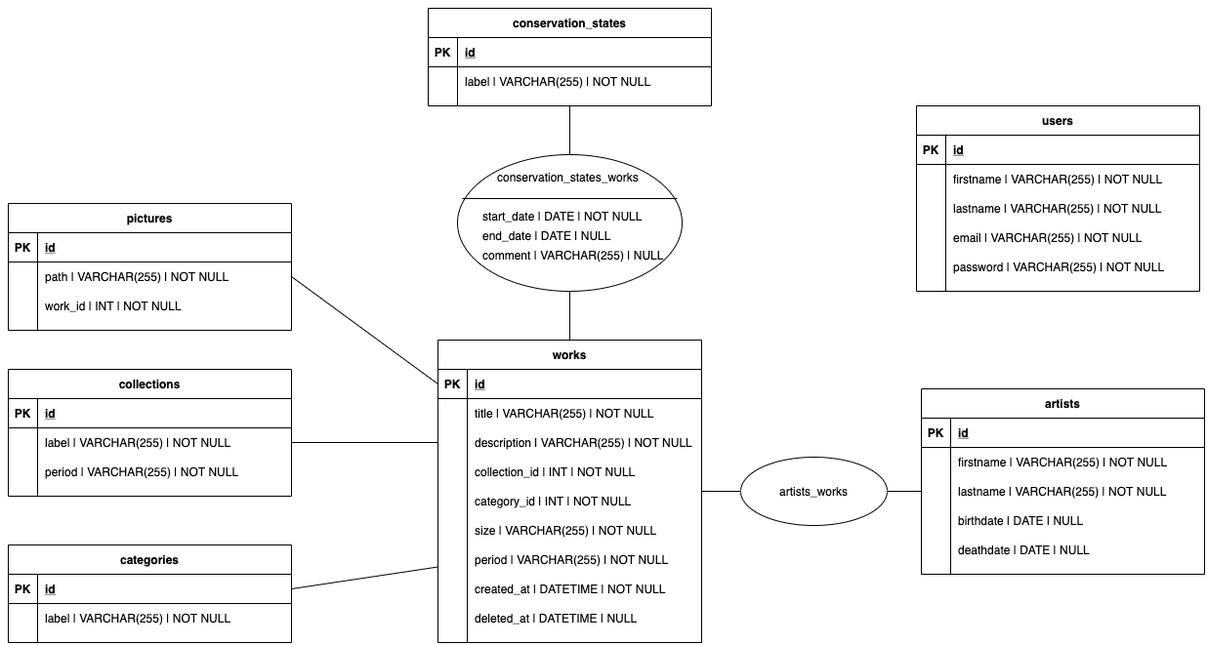
This is docs/mcd.png from pac421/G4-Museo, a draw.io export, as it was before one commit. Source tidied: cells renumbered, new cells last; positions are measured from the earlier drawing's top-left corner, leaving out a move shared by most shapes.
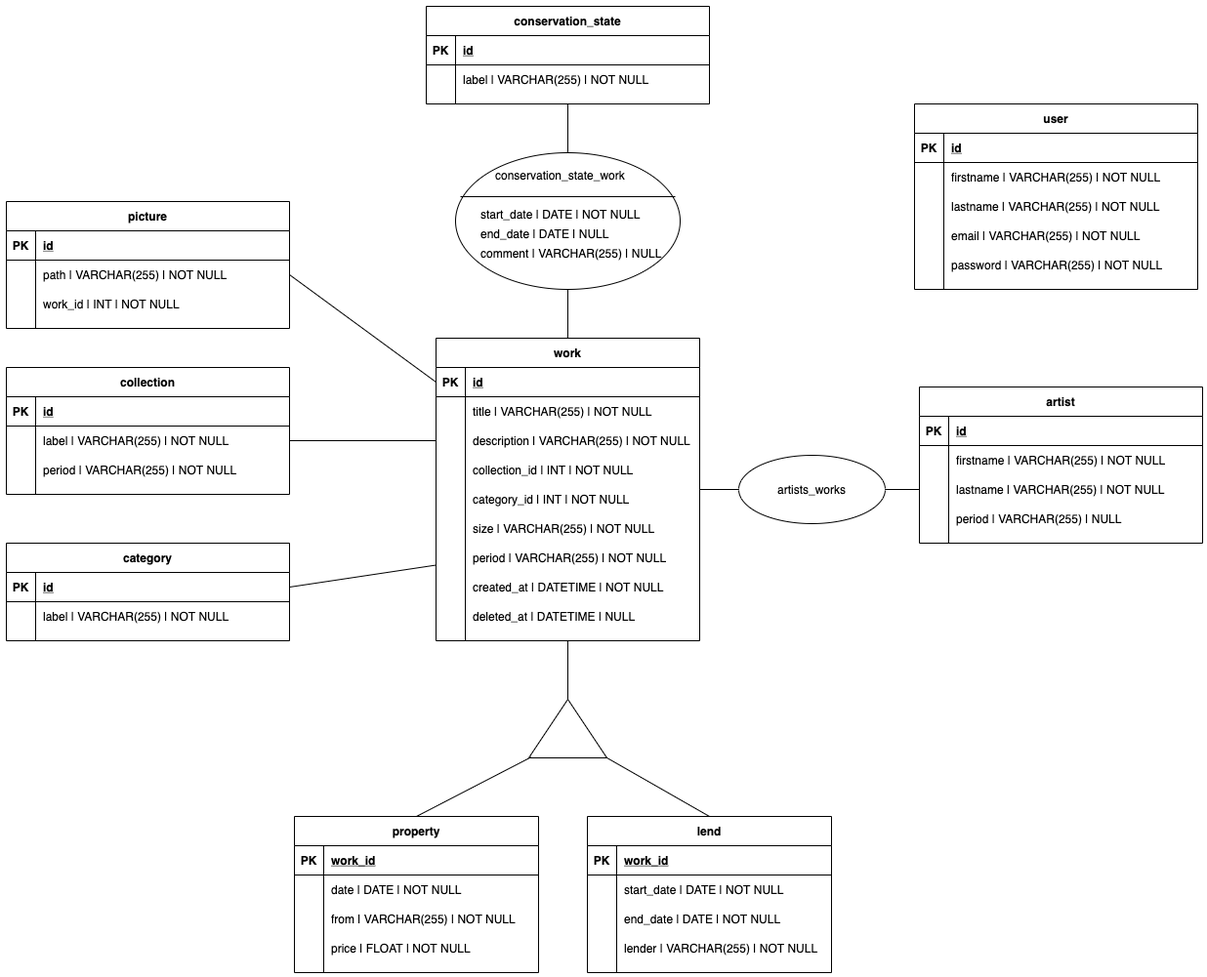
Above is the later version.

Commit message:
changement mcd

Diff of the diagram source:
```diff
@@ -2,7 +2,7 @@
   <root>
     <mxCell id="0" />
     <mxCell id="1" parent="0" />
-    <mxCell id="2" value="works" style="shape=table;startSize=30;rowLines=0;fontStyle=1;align=center;" parent="1" vertex="1">
+    <mxCell id="2" value="work" style="shape=table;startSize=30;rowLines=0;fontStyle=1;align=center;" parent="1" vertex="1">
       <mxGeometry x="440" y="340" width="270" height="310" as="geometry" />
     </mxCell>
     <mxCell id="3" style="shape=partialRectangle;fillColor=none;top=0;left=0;bottom=1;right=0;points=[[0,0.5],[1,0.5]];portConstraint=eastwest;" parent="2" vertex="1">
@@ -44,8 +44,8 @@
     <mxCell id="15" value="size | VARCHAR(255) | NOT NULL" style="shape=partialRectangle;fillColor=none;top=0;left=0;bottom=0;right=0;align=left;spacingLeft=6;overflow=hidden;" parent="1" vertex="1">
       <mxGeometry x="470" y="520" width="210" height="30" as="geometry" />
     </mxCell>
-    <mxCell id="16" value="artists" style="shape=table;startSize=30;rowLines=0;fontStyle=1;align=center;" parent="1" vertex="1">
-      <mxGeometry x="935" y="390" width="290" height="190" as="geometry" />
+    <mxCell id="16" value="artist" style="shape=table;startSize=30;rowLines=0;fontStyle=1;align=center;" parent="1" vertex="1">
+      <mxGeometry x="935" y="390" width="290" height="160" as="geometry" />
     </mxCell>
     <mxCell id="17" style="shape=partialRectangle;fillColor=none;top=0;left=0;bottom=1;right=0;" parent="16" vertex="1">
       <mxGeometry y="30" width="290" height="30" as="geometry" />
@@ -80,12 +80,9 @@
     <mxCell id="27" style="shape=partialRectangle;fillColor=none;top=0;left=0;bottom=0;right=0;overflow=hidden;" parent="26" vertex="1">
       <mxGeometry width="30" height="30" as="geometry" />
     </mxCell>
-    <mxCell id="28" value="birthdate | DATE | NULL" style="shape=partialRectangle;fillColor=none;top=0;left=0;bottom=0;right=0;align=left;spacingLeft=6;overflow=hidden;" parent="26" vertex="1">
+    <mxCell id="28" value="period | VARCHAR(255) | NULL" style="shape=partialRectangle;fillColor=none;top=0;left=0;bottom=0;right=0;align=left;spacingLeft=6;overflow=hidden;" parent="26" vertex="1">
       <mxGeometry x="30" width="260" height="30" as="geometry" />
     </mxCell>
-    <mxCell id="29" value="deathdate | DATE | NULL" style="shape=partialRectangle;fillColor=none;top=0;left=0;bottom=0;right=0;align=left;spacingLeft=6;overflow=hidden;" parent="1" vertex="1">
-      <mxGeometry x="965" y="540" width="150" height="30" as="geometry" />
-    </mxCell>
     <mxCell id="30" value="artists_works" style="ellipse;whiteSpace=wrap;html=1;align=center;" parent="1" vertex="1">
       <mxGeometry x="750" y="460" width="150" height="70" as="geometry" />
     </mxCell>
@@ -97,7 +94,7 @@
     <mxCell id="32" style="endArrow=none;html=1;rounded=0;exitX=0;exitY=0.5;exitDx=0;exitDy=0;entryX=1;entryY=0.5;entryDx=0;entryDy=0;" parent="1" edge="1" source="23" target="30">
       <mxGeometry relative="1" as="geometry" />
     </mxCell>
-    <mxCell id="33" value="collections" style="shape=table;startSize=30;rowLines=0;fontStyle=1;align=center;" parent="1" vertex="1">
+    <mxCell id="33" value="collection" style="shape=table;startSize=30;rowLines=0;fontStyle=1;align=center;" parent="1" vertex="1">
       <mxGeometry y="370" width="290" height="130" as="geometry" />
     </mxCell>
     <mxCell id="34" style="shape=partialRectangle;fillColor=none;top=0;left=0;bottom=1;right=0;" parent="33" vertex="1">
@@ -130,7 +127,7 @@
     <mxCell id="43" style="endArrow=none;html=1;rounded=0;entryX=1;entryY=0.5;entryDx=0;entryDy=0;exitX=0;exitY=0.5;exitDx=0;exitDy=0;" parent="1" edge="1" source="9" target="37">
       <mxGeometry relative="1" as="geometry" />
     </mxCell>
-    <mxCell id="44" value="conservation_states" style="shape=table;startSize=30;rowLines=0;fontStyle=1;align=center;" parent="1" vertex="1">
+    <mxCell id="44" value="conservation_state" style="shape=table;startSize=30;rowLines=0;fontStyle=1;align=center;" parent="1" vertex="1">
       <mxGeometry x="430" width="290" height="100" as="geometry" />
     </mxCell>
     <mxCell id="45" style="shape=partialRectangle;fillColor=none;top=0;left=0;bottom=1;right=0;" parent="44" vertex="1">
@@ -157,7 +154,7 @@
     <mxCell id="52" style="ellipse;whiteSpace=wrap;html=1;align=center;" parent="1" vertex="1">
       <mxGeometry x="460" y="150" width="230" height="140" as="geometry" />
     </mxCell>
-    <mxCell id="53" value="conservation_states_works" style="text;strokeColor=none;fillColor=none;spacingLeft=4;spacingRight=4;overflow=hidden;fontSize=12;" parent="1" vertex="1">
+    <mxCell id="53" value="conservation_state_work" style="text;strokeColor=none;fillColor=none;spacingLeft=4;spacingRight=4;overflow=hidden;fontSize=12;" parent="1" vertex="1">
       <mxGeometry x="495" y="160" width="160" height="30" as="geometry" />
     </mxCell>
     <mxCell id="54" style="line;strokeWidth=1;dashed=0;labelPosition=right;align=left;verticalAlign=middle;spacingTop=0;spacingLeft=6;" parent="1" vertex="1">
@@ -175,7 +172,7 @@
     <mxCell id="58" style="endArrow=none;html=1;rounded=0;exitX=0.5;exitY=1;exitDx=0;exitDy=0;entryX=0.5;entryY=0;entryDx=0;entryDy=0;" parent="1" edge="1" source="52" target="2">
       <mxGeometry relative="1" as="geometry" />
     </mxCell>
-    <mxCell id="59" value="users" style="shape=table;startSize=30;rowLines=0;fontStyle=1;align=center;" parent="1" vertex="1">
+    <mxCell id="59" value="user" style="shape=table;startSize=30;rowLines=0;fontStyle=1;align=center;" parent="1" vertex="1">
       <mxGeometry x="930" y="100" width="290" height="190" as="geometry" />
     </mxCell>
     <mxCell id="60" style="shape=partialRectangle;fillColor=none;top=0;left=0;bottom=1;right=0;" parent="59" vertex="1">
@@ -214,7 +211,7 @@
     <mxCell id="71" value="period | VARCHAR(255) | NOT NULL" style="shape=partialRectangle;fillColor=none;top=0;left=0;bottom=0;right=0;align=left;spacingLeft=6;overflow=hidden;" parent="1" vertex="1">
       <mxGeometry x="470" y="550" width="210" height="30" as="geometry" />
     </mxCell>
-    <mxCell id="72" value="pictures" style="shape=table;startSize=30;rowLines=0;fontStyle=1;align=center;" parent="1" vertex="1">
+    <mxCell id="72" value="picture" style="shape=table;startSize=30;rowLines=0;fontStyle=1;align=center;" parent="1" vertex="1">
       <mxGeometry y="200" width="290" height="130" as="geometry" />
     </mxCell>
     <mxCell id="73" style="shape=partialRectangle;fillColor=none;top=0;left=0;bottom=1;right=0;" parent="72" vertex="1">
@@ -253,7 +250,7 @@
     <mxCell id="84" value="deleted_at | DATETIME | NULL" style="shape=partialRectangle;fillColor=none;top=0;left=0;bottom=0;right=0;align=left;spacingLeft=6;overflow=hidden;" parent="1" vertex="1">
       <mxGeometry x="470" y="610" width="230" height="30" as="geometry" />
     </mxCell>
-    <mxCell id="85" value="categories" style="shape=table;startSize=30;rowLines=0;fontStyle=1;align=center;" parent="1" vertex="1">
+    <mxCell id="85" value="category" style="shape=table;startSize=30;rowLines=0;fontStyle=1;align=center;" parent="1" vertex="1">
       <mxGeometry y="550" width="290" height="100" as="geometry" />
     </mxCell>
     <mxCell id="86" style="shape=partialRectangle;fillColor=none;top=0;left=0;bottom=1;right=0;points=[[0,0.5],[1,0.5]];portConstraint=eastwest;" parent="85" vertex="1">
@@ -280,5 +277,71 @@
     <mxCell id="93" style="endArrow=none;html=1;rounded=0;entryX=1;entryY=0.5;entryDx=0;entryDy=0;exitX=0;exitY=0.75;exitDx=0;exitDy=0;" parent="1" edge="1" source="2" target="86">
       <mxGeometry relative="1" as="geometry" />
     </mxCell>
+    <mxCell id="94" value="lend" style="shape=table;startSize=30;rowLines=0;fontStyle=1;align=center;" parent="1" vertex="1">
+      <mxGeometry x="595" y="830" width="250" height="160" as="geometry" />
+    </mxCell>
+    <mxCell id="95" style="shape=partialRectangle;fillColor=none;top=0;left=0;bottom=1;right=0;" parent="94" vertex="1">
+      <mxGeometry y="30" width="250" height="30" as="geometry" />
+    </mxCell>
+    <mxCell id="96" value="PK" style="shape=partialRectangle;fillColor=none;top=0;left=0;bottom=0;right=0;fontStyle=1;overflow=hidden;" parent="95" vertex="1">
+      <mxGeometry width="30" height="30" as="geometry" />
+    </mxCell>
+    <mxCell id="97" value="work_id" style="shape=partialRectangle;fillColor=none;top=0;left=0;bottom=0;right=0;align=left;spacingLeft=6;fontStyle=5;overflow=hidden;" parent="95" vertex="1">
+      <mxGeometry x="30" width="220" height="30" as="geometry" />
+    </mxCell>
+    <mxCell id="98" style="shape=partialRectangle;fillColor=none;top=0;left=0;bottom=0;right=0;" parent="94" vertex="1">
+      <mxGeometry y="60" width="250" height="30" as="geometry" />
+    </mxCell>
+    <mxCell id="99" style="shape=partialRectangle;fillColor=none;top=0;left=0;bottom=0;right=0;overflow=hidden;" parent="98" vertex="1">
+      <mxGeometry width="30" height="30" as="geometry" />
+    </mxCell>
+    <mxCell id="100" value="start_date | DATE | NOT NULL" style="shape=partialRectangle;fillColor=none;top=0;left=0;bottom=0;right=0;align=left;spacingLeft=6;overflow=hidden;" parent="98" vertex="1">
+      <mxGeometry x="30" width="220" height="30" as="geometry" />
+    </mxCell>
+    <mxCell id="101" value="end_date | DATE | NOT NULL" style="shape=partialRectangle;fillColor=none;top=0;left=0;bottom=0;right=0;align=left;spacingLeft=6;overflow=hidden;" parent="1" vertex="1">
+      <mxGeometry x="625" y="920" width="220" height="30" as="geometry" />
+    </mxCell>
+    <mxCell id="102" value="lender | VARCHAR(255) | NOT NULL" style="shape=partialRectangle;fillColor=none;top=0;left=0;bottom=0;right=0;align=left;spacingLeft=6;overflow=hidden;" parent="1" vertex="1">
+      <mxGeometry x="625" y="950" width="220" height="30" as="geometry" />
+    </mxCell>
+    <mxCell id="103" value="property" style="shape=table;startSize=30;rowLines=0;fontStyle=1;align=center;" parent="1" vertex="1">
+      <mxGeometry x="295" y="830" width="250" height="160" as="geometry" />
+    </mxCell>
+    <mxCell id="104" style="shape=partialRectangle;fillColor=none;top=0;left=0;bottom=1;right=0;" parent="103" vertex="1">
+      <mxGeometry y="30" width="250" height="30" as="geometry" />
+    </mxCell>
+    <mxCell id="105" value="PK" style="shape=partialRectangle;fillColor=none;top=0;left=0;bottom=0;right=0;fontStyle=1;overflow=hidden;" parent="104" vertex="1">
+      <mxGeometry width="30" height="30" as="geometry" />
+    </mxCell>
+    <mxCell id="106" value="work_id" style="shape=partialRectangle;fillColor=none;top=0;left=0;bottom=0;right=0;align=left;spacingLeft=6;fontStyle=5;overflow=hidden;" parent="104" vertex="1">
+      <mxGeometry x="30" width="220" height="30" as="geometry" />
+    </mxCell>
+    <mxCell id="107" style="shape=partialRectangle;fillColor=none;top=0;left=0;bottom=0;right=0;" parent="103" vertex="1">
+      <mxGeometry y="60" width="250" height="30" as="geometry" />
+    </mxCell>
+    <mxCell id="108" style="shape=partialRectangle;fillColor=none;top=0;left=0;bottom=0;right=0;overflow=hidden;" parent="107" vertex="1">
+      <mxGeometry width="30" height="30" as="geometry" />
+    </mxCell>
+    <mxCell id="109" value="date | DATE | NOT NULL" style="shape=partialRectangle;fillColor=none;top=0;left=0;bottom=0;right=0;align=left;spacingLeft=6;overflow=hidden;" parent="107" vertex="1">
+      <mxGeometry x="30" width="220" height="30" as="geometry" />
+    </mxCell>
+    <mxCell id="110" value="from | VARCHAR(255) | NOT NULL" style="shape=partialRectangle;fillColor=none;top=0;left=0;bottom=0;right=0;align=left;spacingLeft=6;overflow=hidden;" parent="1" vertex="1">
+      <mxGeometry x="325" y="920" width="220" height="30" as="geometry" />
+    </mxCell>
+    <mxCell id="111" value="price | FLOAT | NOT NULL" style="shape=partialRectangle;fillColor=none;top=0;left=0;bottom=0;right=0;align=left;spacingLeft=6;overflow=hidden;" parent="1" vertex="1">
+      <mxGeometry x="325" y="950" width="220" height="30" as="geometry" />
+    </mxCell>
+    <mxCell id="112" style="triangle;whiteSpace=wrap;html=1;rotation=-90;" parent="1" vertex="1">
+      <mxGeometry x="545" y="700" width="60" height="80" as="geometry" />
+    </mxCell>
+    <mxCell id="113" style="endArrow=none;html=1;rounded=0;entryX=1;entryY=0.5;entryDx=0;entryDy=0;exitX=0.5;exitY=1;exitDx=0;exitDy=0;" parent="1" edge="1" source="2" target="112">
+      <mxGeometry relative="1" as="geometry" />
+    </mxCell>
+    <mxCell id="114" style="endArrow=none;html=1;rounded=0;entryX=0.5;entryY=0;entryDx=0;entryDy=0;exitX=0.012;exitY=0.029;exitDx=0;exitDy=0;exitPerimeter=0;" parent="1" edge="1" source="112" target="103">
+      <mxGeometry relative="1" as="geometry" />
+    </mxCell>
+    <mxCell id="115" style="endArrow=none;html=1;rounded=0;entryX=0.012;entryY=0.985;entryDx=0;entryDy=0;exitX=0.5;exitY=0;exitDx=0;exitDy=0;entryPerimeter=0;" parent="1" edge="1" source="94" target="112">
+      <mxGeometry relative="1" as="geometry" />
+    </mxCell>
   </root>
 </mxGraphModel>
```
